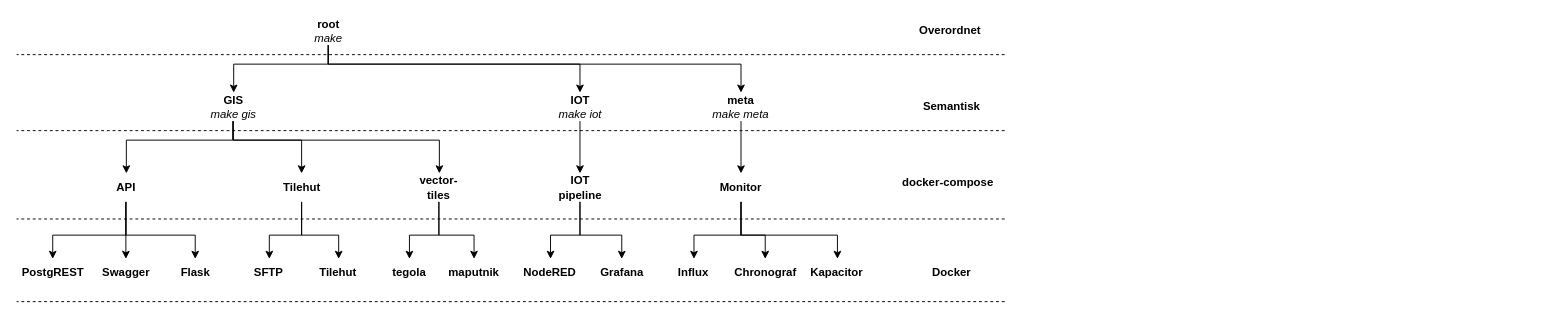
Above: figures/tree.drawio in frederiksberg/prod-app1-deployment (draw.io), before the change. Source tidied: cells renumbered, new cells numbered last; positions are measured from the earlier drawing's top-left corner, leaving out a move shared by most shapes. Both pictures are drawn from the tidied source at 95%, with x=0, y=0 at pixel (16, 16).
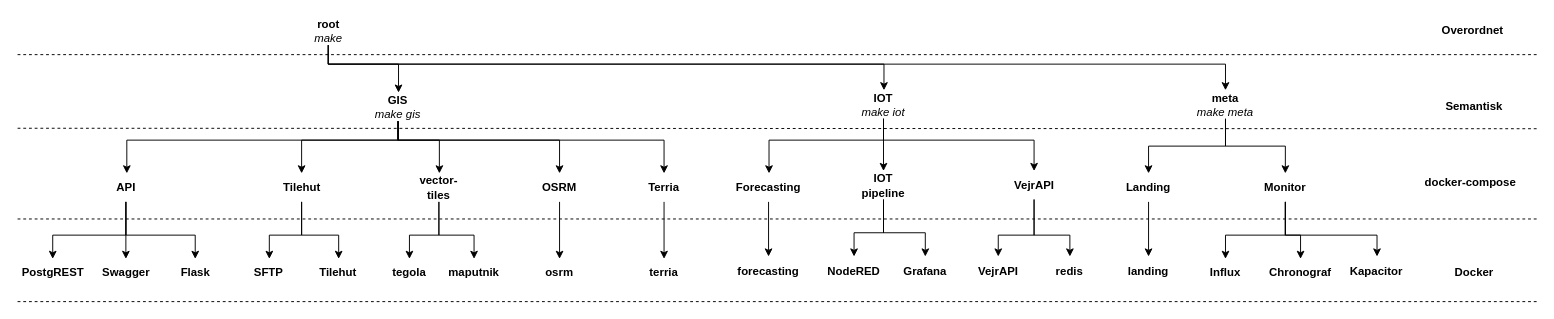
The same diagram, later.

The change refers to these unchanged cells:
```xml
<mxCell id="5" value="&lt;b&gt;root&lt;/b&gt;&lt;br&gt;&lt;i&gt;make&lt;/i&gt;&lt;br&gt;" style="text;html=1;strokeColor=none;fillColor=none;align=center;verticalAlign=middle;whiteSpace=wrap;rounded=0;" parent="1" vertex="1">
  <mxGeometry x="296.5" width="63" height="30" as="geometry" />
</mxCell>
<mxCell id="29" value="&lt;b&gt;API&lt;/b&gt;&lt;br&gt;" style="text;html=1;strokeColor=none;fillColor=none;align=center;verticalAlign=middle;whiteSpace=wrap;rounded=0;" parent="1" vertex="1">
  <mxGeometry x="83.5" y="165" width="63" height="30" as="geometry" />
</mxCell>
<mxCell id="32" value="&lt;b&gt;Tilehut&lt;/b&gt;&lt;br&gt;" style="text;html=1;strokeColor=none;fillColor=none;align=center;verticalAlign=middle;whiteSpace=wrap;rounded=0;" parent="1" vertex="1">
  <mxGeometry x="268.5" y="165" width="63" height="30" as="geometry" />
</mxCell>
<mxCell id="48" value="&lt;b&gt;vector-tiles&lt;/b&gt;&lt;br&gt;" style="text;html=1;strokeColor=none;fillColor=none;align=center;verticalAlign=middle;whiteSpace=wrap;rounded=0;" parent="1" vertex="1">
  <mxGeometry x="413" y="165" width="63" height="30" as="geometry" />
</mxCell>
```

Diff of the diagram source:
```diff
@@
     <mxCell id="2" style="edgeStyle=orthogonalEdgeStyle;rounded=0;jettySize=auto;html=1;" parent="1" edge="1" source="5" target="25">
       <mxGeometry relative="1" as="geometry">
         <Array as="points">
-          <mxPoint x="328.5" y="50" />
-          <mxPoint x="228.5" y="50" />
+          <mxPoint x="328" y="50" />
+          <mxPoint x="402" y="50" />
         </Array>
       </mxGeometry>
     </mxCell>
     <mxCell id="3" style="edgeStyle=orthogonalEdgeStyle;rounded=0;jettySize=auto;html=1;" parent="1" edge="1" source="5" target="16">
       <mxGeometry relative="1" as="geometry">
         <Array as="points">
           <mxPoint x="328" y="50" />
-          <mxPoint x="593" y="50" />
+          <mxPoint x="913" y="50" />
         </Array>
       </mxGeometry>
     </mxCell>
     <mxCell id="4" style="edgeStyle=orthogonalEdgeStyle;rounded=0;jettySize=auto;html=1;entryX=0.5;entryY=0;entryDx=0;entryDy=0;" parent="1" edge="1" source="5" target="7">
       <mxGeometry relative="1" as="geometry">
         <Array as="points">
           <mxPoint x="328" y="50" />
-          <mxPoint x="763" y="50" />
+          <mxPoint x="1273" y="50" />
         </Array>
       </mxGeometry>
     </mxCell>
@@
+    <mxCell id="51" style="edgeStyle=orthogonalEdgeStyle;rounded=0;jettySize=auto;html=1;exitX=0.5;exitY=1;exitDx=0;exitDy=0;entryX=0.5;entryY=0;entryDx=0;entryDy=0;" parent="1" edge="1" source="7" target="71">
+      <mxGeometry relative="1" as="geometry" />
+    </mxCell>
     <mxCell id="7" value="&lt;b&gt;meta&lt;/b&gt;&lt;br&gt;&lt;i&gt;make meta&lt;/i&gt;&lt;br&gt;" style="text;html=1;strokeColor=none;fillColor=none;align=center;verticalAlign=middle;whiteSpace=wrap;rounded=0;" parent="1" vertex="1">
-      <mxGeometry x="731" y="80" width="63" height="30" as="geometry" />
+      <mxGeometry x="1241" y="77.5" width="63" height="30" as="geometry" />
     </mxCell>
-    <mxCell id="8" style="edgeStyle=orthogonalEdgeStyle;rounded=0;jettySize=auto;html=1;" parent="1" edge="1" source="11" target="14">
+    <mxCell id="8" style="edgeStyle=orthogonalEdgeStyle;rounded=0;jettySize=auto;html=1;exitX=0.5;exitY=1;exitDx=0;exitDy=0;entryX=0.5;entryY=0;entryDx=0;entryDy=0;" parent="1" edge="1" source="11" target="14">
       <mxGeometry relative="1" as="geometry">
         <Array as="points">
-          <mxPoint x="763" y="230" />
-          <mxPoint x="713" y="230" />
+          <mxPoint x="1336" y="230" />
+          <mxPoint x="1273" y="230" />
         </Array>
       </mxGeometry>
     </mxCell>
-    <mxCell id="9" style="edgeStyle=orthogonalEdgeStyle;rounded=0;jettySize=auto;html=1;" parent="1" edge="1" source="11" target="13">
+    <mxCell id="9" style="edgeStyle=orthogonalEdgeStyle;rounded=0;jettySize=auto;html=1;exitX=0.5;exitY=1;exitDx=0;exitDy=0;entryX=0.5;entryY=0;entryDx=0;entryDy=0;" parent="1" edge="1" source="11" target="13">
       <mxGeometry relative="1" as="geometry">
         <Array as="points">
-          <mxPoint x="763" y="230" />
-          <mxPoint x="788" y="230" />
+          <mxPoint x="1336" y="230" />
+          <mxPoint x="1352" y="230" />
         </Array>
       </mxGeometry>
     </mxCell>
-    <mxCell id="10" style="edgeStyle=orthogonalEdgeStyle;rounded=0;jettySize=auto;html=1;" parent="1" edge="1" source="11" target="12">
+    <mxCell id="10" style="edgeStyle=orthogonalEdgeStyle;rounded=0;jettySize=auto;html=1;exitX=0.5;exitY=1;exitDx=0;exitDy=0;" parent="1" edge="1" source="11" target="12">
       <mxGeometry relative="1" as="geometry">
         <Array as="points">
-          <mxPoint x="763" y="230" />
-          <mxPoint x="864" y="230" />
+          <mxPoint x="1336" y="230" />
+          <mxPoint x="1432" y="230" />
         </Array>
       </mxGeometry>
     </mxCell>
     <mxCell id="11" value="&lt;b&gt;Monitor&lt;/b&gt;&lt;br&gt;" style="text;html=1;strokeColor=none;fillColor=none;align=center;verticalAlign=middle;whiteSpace=wrap;rounded=0;" parent="1" vertex="1">
-      <mxGeometry x="731" y="165" width="63" height="30" as="geometry" />
+      <mxGeometry x="1304" y="165" width="63" height="30" as="geometry" />
     </mxCell>
     <mxCell id="12" value="&lt;b&gt;Kapacitor&lt;/b&gt;&lt;br&gt;" style="text;html=1;strokeColor=none;fillColor=none;align=center;verticalAlign=middle;whiteSpace=wrap;rounded=0;" parent="1" vertex="1">
-      <mxGeometry x="832" y="255" width="63" height="30" as="geometry" />
+      <mxGeometry x="1400" y="252.5" width="63" height="30" as="geometry" />
     </mxCell>
     <mxCell id="13" value="&lt;b&gt;Chronograf&lt;/b&gt;&lt;br&gt;" style="text;html=1;strokeColor=none;fillColor=none;align=center;verticalAlign=middle;whiteSpace=wrap;rounded=0;" parent="1" vertex="1">
-      <mxGeometry x="756.5" y="255" width="63" height="30" as="geometry" />
+      <mxGeometry x="1320" y="255" width="63" height="30" as="geometry" />
     </mxCell>
     <mxCell id="14" value="&lt;b&gt;Influx&lt;/b&gt;&lt;br&gt;" style="text;html=1;strokeColor=none;fillColor=none;align=center;verticalAlign=middle;whiteSpace=wrap;rounded=0;" parent="1" vertex="1">
-      <mxGeometry x="681" y="255" width="63" height="30" as="geometry" />
+      <mxGeometry x="1241" y="255" width="63" height="30" as="geometry" />
     </mxCell>
@@
+    <mxCell id="52" style="edgeStyle=orthogonalEdgeStyle;rounded=0;jettySize=auto;html=1;exitX=0.5;exitY=1;exitDx=0;exitDy=0;" parent="1" edge="1" source="16" target="68">
+      <mxGeometry relative="1" as="geometry">
+        <Array as="points">
+          <mxPoint x="913" y="130" />
+          <mxPoint x="792" y="130" />
+        </Array>
+      </mxGeometry>
+    </mxCell>
+    <mxCell id="53" style="edgeStyle=orthogonalEdgeStyle;rounded=0;jettySize=auto;html=1;exitX=0.5;exitY=1;exitDx=0;exitDy=0;entryX=0.5;entryY=0;entryDx=0;entryDy=0;" parent="1" edge="1" source="16" target="64">
+      <mxGeometry relative="1" as="geometry">
+        <Array as="points">
+          <mxPoint x="913" y="130" />
+          <mxPoint x="1071" y="130" />
+        </Array>
+      </mxGeometry>
+    </mxCell>
     <mxCell id="16" value="&lt;b&gt;IOT&lt;/b&gt;&lt;br&gt;&lt;i&gt;make iot&lt;/i&gt;&lt;br&gt;" style="text;html=1;strokeColor=none;fillColor=none;align=center;verticalAlign=middle;whiteSpace=wrap;rounded=0;" parent="1" vertex="1">
-      <mxGeometry x="561.5" y="80" width="63" height="30" as="geometry" />
+      <mxGeometry x="881" y="77.5" width="63" height="30" as="geometry" />
     </mxCell>
     <mxCell id="17" style="edgeStyle=orthogonalEdgeStyle;rounded=0;jettySize=auto;html=1;" parent="1" edge="1" source="19" target="20">
       <mxGeometry relative="1" as="geometry">
         <Array as="points">
-          <mxPoint x="593" y="230" />
-          <mxPoint x="562" y="230" />
+          <mxPoint x="912.5" y="227.5" />
+          <mxPoint x="881.5" y="227.5" />
         </Array>
       </mxGeometry>
     </mxCell>
     <mxCell id="18" style="edgeStyle=orthogonalEdgeStyle;rounded=0;jettySize=auto;html=1;entryX=0.5;entryY=0;entryDx=0;entryDy=0;" parent="1" edge="1" source="19" target="21">
       <mxGeometry relative="1" as="geometry">
         <Array as="points">
-          <mxPoint x="593" y="230" />
-          <mxPoint x="637" y="230" />
+          <mxPoint x="912.5" y="227.5" />
+          <mxPoint x="956.5" y="227.5" />
         </Array>
       </mxGeometry>
     </mxCell>
     <mxCell id="19" value="&lt;b&gt;IOT pipeline&lt;/b&gt;&lt;br&gt;" style="text;html=1;strokeColor=none;fillColor=none;align=center;verticalAlign=middle;whiteSpace=wrap;rounded=0;" parent="1" vertex="1">
-      <mxGeometry x="561.5" y="165" width="63" height="30" as="geometry" />
+      <mxGeometry x="881" y="162.5" width="63" height="30" as="geometry" />
     </mxCell>
     <mxCell id="20" value="&lt;b&gt;NodeRED&lt;/b&gt;&lt;br&gt;" style="text;html=1;strokeColor=none;fillColor=none;align=center;verticalAlign=middle;whiteSpace=wrap;rounded=0;" parent="1" vertex="1">
-      <mxGeometry x="530" y="255" width="63" height="30" as="geometry" />
+      <mxGeometry x="849.5" y="252.5" width="63" height="30" as="geometry" />
     </mxCell>
     <mxCell id="21" value="&lt;b&gt;Grafana&lt;/b&gt;&lt;br&gt;" style="text;html=1;strokeColor=none;fillColor=none;align=center;verticalAlign=middle;whiteSpace=wrap;rounded=0;" parent="1" vertex="1">
-      <mxGeometry x="605.5" y="255" width="63" height="30" as="geometry" />
+      <mxGeometry x="925" y="252.5" width="63" height="30" as="geometry" />
     </mxCell>
-    <mxCell id="22" style="edgeStyle=orthogonalEdgeStyle;rounded=0;jettySize=auto;html=1;" parent="1" edge="1" target="29">
+    <mxCell id="22" style="edgeStyle=orthogonalEdgeStyle;rounded=0;jettySize=auto;html=1;exitX=0.5;exitY=1;exitDx=0;exitDy=0;" parent="1" edge="1" source="25" target="29">
       <mxGeometry relative="1" as="geometry">
-        <mxPoint x="227.5" y="110" as="sourcePoint" />
         <Array as="points">
-          <mxPoint x="227.5" y="130" />
-          <mxPoint x="115.5" y="130" />
+          <mxPoint x="402" y="130" />
+          <mxPoint x="116" y="130" />
         </Array>
       </mxGeometry>
     </mxCell>
     <mxCell id="23" style="edgeStyle=orthogonalEdgeStyle;rounded=0;jettySize=auto;html=1;" parent="1" edge="1" source="25" target="32">
       <mxGeometry relative="1" as="geometry">
         <Array as="points">
-          <mxPoint x="228" y="130" />
+          <mxPoint x="402" y="130" />
           <mxPoint x="300" y="130" />
         </Array>
       </mxGeometry>
     </mxCell>
     <mxCell id="24" style="edgeStyle=orthogonalEdgeStyle;rounded=0;jettySize=auto;html=1;" parent="1" edge="1" source="25" target="48">
       <mxGeometry relative="1" as="geometry">
         <Array as="points">
-          <mxPoint x="228" y="130" />
+          <mxPoint x="402" y="130" />
           <mxPoint x="445" y="130" />
         </Array>
       </mxGeometry>
     </mxCell>
+    <mxCell id="54" style="edgeStyle=orthogonalEdgeStyle;rounded=0;jettySize=auto;html=1;exitX=0.5;exitY=1;exitDx=0;exitDy=0;entryX=0.5;entryY=0;entryDx=0;entryDy=0;" parent="1" edge="1" source="25" target="60">
+      <mxGeometry relative="1" as="geometry">
+        <Array as="points">
+          <mxPoint x="402" y="130" />
+          <mxPoint x="682" y="130" />
+        </Array>
+      </mxGeometry>
+    </mxCell>
+    <mxCell id="55" style="edgeStyle=orthogonalEdgeStyle;rounded=0;jettySize=auto;html=1;exitX=0.5;exitY=1;exitDx=0;exitDy=0;entryX=0.5;entryY=0;entryDx=0;entryDy=0;" parent="1" edge="1" source="25" target="57">
+      <mxGeometry relative="1" as="geometry">
+        <Array as="points">
+          <mxPoint x="402" y="130" />
+          <mxPoint x="572" y="130" />
+        </Array>
+      </mxGeometry>
+    </mxCell>
     <mxCell id="25" value="&lt;b&gt;GIS&lt;/b&gt;&lt;br&gt;&lt;i&gt;make gis&lt;/i&gt;&lt;br&gt;" style="text;html=1;strokeColor=none;fillColor=none;align=center;verticalAlign=middle;whiteSpace=wrap;rounded=0;" parent="1" vertex="1">
-      <mxGeometry x="196.5" y="80" width="63" height="30" as="geometry" />
+      <mxGeometry x="370" y="80" width="63" height="30" as="geometry" />
     </mxCell>
@@
     <mxCell id="38" style="endArrow=none;dashed=1;html=1;" parent="1" edge="1">
       <mxGeometry relative="1" as="geometry">
-        <mxPoint x="1040" y="300" as="sourcePoint" />
+        <mxPoint x="1600" y="300" as="sourcePoint" />
         <mxPoint y="300" as="targetPoint" />
       </mxGeometry>
     </mxCell>
     <mxCell id="39" style="endArrow=none;dashed=1;html=1;" parent="1" edge="1">
       <mxGeometry relative="1" as="geometry">
-        <mxPoint x="1040" y="213" as="sourcePoint" />
+        <mxPoint x="1600" y="213" as="sourcePoint" />
         <mxPoint y="213" as="targetPoint" />
       </mxGeometry>
     </mxCell>
     <mxCell id="40" style="endArrow=none;dashed=1;html=1;" parent="1" edge="1">
       <mxGeometry relative="1" as="geometry">
-        <mxPoint x="1040" y="120" as="sourcePoint" />
-        <mxPoint y="120" as="targetPoint" />
+        <mxPoint x="1600" y="118" as="sourcePoint" />
+        <mxPoint y="117.5" as="targetPoint" />
       </mxGeometry>
     </mxCell>
     <mxCell id="41" style="endArrow=none;dashed=1;html=1;" parent="1" edge="1">
       <mxGeometry relative="1" as="geometry">
-        <mxPoint x="1040" y="40" as="sourcePoint" />
+        <mxPoint x="1600" y="40" as="sourcePoint" />
         <mxPoint y="40" as="targetPoint" />
       </mxGeometry>
     </mxCell>
     <mxCell id="42" value="&lt;b&gt;Overordnet&amp;nbsp;&lt;/b&gt;" style="text;html=1;strokeColor=none;fillColor=none;align=center;verticalAlign=middle;whiteSpace=wrap;rounded=0;" parent="1" vertex="1">
-      <mxGeometry x="934" width="101" height="30" as="geometry" />
+      <mxGeometry x="1484" width="101" height="30" as="geometry" />
     </mxCell>
     <mxCell id="43" value="&lt;b&gt;Semantisk&lt;/b&gt;" style="text;html=1;strokeColor=none;fillColor=none;align=center;verticalAlign=middle;whiteSpace=wrap;rounded=0;" parent="1" vertex="1">
-      <mxGeometry x="934" y="80" width="101" height="30" as="geometry" />
+      <mxGeometry x="1484" y="80" width="101" height="30" as="geometry" />
     </mxCell>
     <mxCell id="44" value="&lt;b&gt;docker-compose&lt;/b&gt;" style="text;html=1;strokeColor=none;fillColor=none;align=center;verticalAlign=middle;whiteSpace=wrap;rounded=0;" parent="1" vertex="1">
-      <mxGeometry x="930" y="160" width="101" height="30" as="geometry" />
+      <mxGeometry x="1480" y="160" width="101" height="30" as="geometry" />
     </mxCell>
     <mxCell id="45" value="&lt;b&gt;Docker&lt;/b&gt;" style="text;html=1;strokeColor=none;fillColor=none;align=center;verticalAlign=middle;whiteSpace=wrap;rounded=0;" parent="1" vertex="1">
-      <mxGeometry x="934" y="255" width="101" height="30" as="geometry" />
+      <mxGeometry x="1484" y="255" width="101" height="30" as="geometry" />
     </mxCell>
@@
+    <mxCell id="56" style="edgeStyle=orthogonalEdgeStyle;rounded=0;jettySize=auto;html=1;exitX=0.5;exitY=1;exitDx=0;exitDy=0;entryX=0.5;entryY=0;entryDx=0;entryDy=0;" parent="1" edge="1" source="57" target="58">
+      <mxGeometry relative="1" as="geometry" />
+    </mxCell>
+    <mxCell id="57" value="&lt;b&gt;OSRM&lt;/b&gt;" style="text;html=1;strokeColor=none;fillColor=none;align=center;verticalAlign=middle;whiteSpace=wrap;rounded=0;" parent="1" vertex="1">
+      <mxGeometry x="540" y="165" width="63" height="30" as="geometry" />
+    </mxCell>
+    <mxCell id="58" value="&lt;b&gt;osrm&lt;/b&gt;" style="text;html=1;strokeColor=none;fillColor=none;align=center;verticalAlign=middle;whiteSpace=wrap;rounded=0;" parent="1" vertex="1">
+      <mxGeometry x="540" y="255" width="63" height="30" as="geometry" />
+    </mxCell>
+    <mxCell id="59" style="edgeStyle=orthogonalEdgeStyle;rounded=0;jettySize=auto;html=1;exitX=0.5;exitY=1;exitDx=0;exitDy=0;" parent="1" edge="1" source="60" target="61">
+      <mxGeometry relative="1" as="geometry" />
+    </mxCell>
+    <mxCell id="60" value="&lt;b&gt;Terria&lt;br&gt;&lt;/b&gt;" style="text;html=1;strokeColor=none;fillColor=none;align=center;verticalAlign=middle;whiteSpace=wrap;rounded=0;" parent="1" vertex="1">
+      <mxGeometry x="650" y="165" width="63" height="30" as="geometry" />
+    </mxCell>
+    <mxCell id="61" value="&lt;b&gt;terria&lt;/b&gt;" style="text;html=1;strokeColor=none;fillColor=none;align=center;verticalAlign=middle;whiteSpace=wrap;rounded=0;" parent="1" vertex="1">
+      <mxGeometry x="650" y="255" width="63" height="30" as="geometry" />
+    </mxCell>
+    <mxCell id="62" style="edgeStyle=orthogonalEdgeStyle;rounded=0;jettySize=auto;html=1;exitX=0.5;exitY=1;exitDx=0;exitDy=0;entryX=0.5;entryY=0;entryDx=0;entryDy=0;" parent="1" edge="1" source="64" target="65">
+      <mxGeometry relative="1" as="geometry">
+        <Array as="points">
+          <mxPoint x="1071" y="230" />
+          <mxPoint x="1033" y="230" />
+        </Array>
+      </mxGeometry>
+    </mxCell>
+    <mxCell id="63" style="edgeStyle=orthogonalEdgeStyle;rounded=0;jettySize=auto;html=1;exitX=0.5;exitY=1;exitDx=0;exitDy=0;entryX=0.5;entryY=0;entryDx=0;entryDy=0;" parent="1" edge="1" source="64" target="66">
+      <mxGeometry relative="1" as="geometry">
+        <Array as="points">
+          <mxPoint x="1071" y="230" />
+          <mxPoint x="1109" y="230" />
+        </Array>
+      </mxGeometry>
+    </mxCell>
+    <mxCell id="64" value="&lt;b&gt;VejrAPI&lt;/b&gt;" style="text;html=1;strokeColor=none;fillColor=none;align=center;verticalAlign=middle;whiteSpace=wrap;rounded=0;" parent="1" vertex="1">
+      <mxGeometry x="1039.5" y="162.5" width="63" height="30" as="geometry" />
+    </mxCell>
+    <mxCell id="65" value="&lt;b&gt;VejrAPI&lt;/b&gt;" style="text;html=1;strokeColor=none;fillColor=none;align=center;verticalAlign=middle;whiteSpace=wrap;rounded=0;" parent="1" vertex="1">
+      <mxGeometry x="1001.8" y="252.5" width="63" height="30" as="geometry" />
+    </mxCell>
+    <mxCell id="66" value="&lt;b&gt;redis&lt;/b&gt;" style="text;html=1;strokeColor=none;fillColor=none;align=center;verticalAlign=middle;whiteSpace=wrap;rounded=0;" parent="1" vertex="1">
+      <mxGeometry x="1077.2" y="252.5" width="63" height="30" as="geometry" />
+    </mxCell>
+    <mxCell id="67" style="edgeStyle=orthogonalEdgeStyle;rounded=0;jettySize=auto;html=1;exitX=0.5;exitY=1;exitDx=0;exitDy=0;entryX=0.5;entryY=0;entryDx=0;entryDy=0;" parent="1" edge="1" source="68" target="69">
+      <mxGeometry relative="1" as="geometry" />
+    </mxCell>
+    <mxCell id="68" value="&lt;b&gt;Forecasting&lt;/b&gt;" style="text;html=1;strokeColor=none;fillColor=none;align=center;verticalAlign=middle;whiteSpace=wrap;rounded=0;" parent="1" vertex="1">
+      <mxGeometry x="760" y="165" width="63" height="30" as="geometry" />
+    </mxCell>
+    <mxCell id="69" value="&lt;b&gt;forecasting&lt;/b&gt;" style="text;html=1;strokeColor=none;fillColor=none;align=center;verticalAlign=middle;whiteSpace=wrap;rounded=0;" parent="1" vertex="1">
+      <mxGeometry x="760" y="252.5" width="63" height="30" as="geometry" />
+    </mxCell>
+    <mxCell id="70" style="edgeStyle=orthogonalEdgeStyle;rounded=0;jettySize=auto;html=1;exitX=0.5;exitY=1;exitDx=0;exitDy=0;" parent="1" edge="1" source="71" target="72">
+      <mxGeometry relative="1" as="geometry" />
+    </mxCell>
+    <mxCell id="71" value="&lt;b&gt;Landing&lt;/b&gt;" style="text;html=1;strokeColor=none;fillColor=none;align=center;verticalAlign=middle;whiteSpace=wrap;rounded=0;" parent="1" vertex="1">
+      <mxGeometry x="1160" y="165" width="63" height="30" as="geometry" />
+    </mxCell>
+    <mxCell id="72" value="&lt;b&gt;landing&lt;/b&gt;" style="text;html=1;strokeColor=none;fillColor=none;align=center;verticalAlign=middle;whiteSpace=wrap;rounded=0;" parent="1" vertex="1">
+      <mxGeometry x="1160" y="252.5" width="63" height="30" as="geometry" />
+    </mxCell>
```
